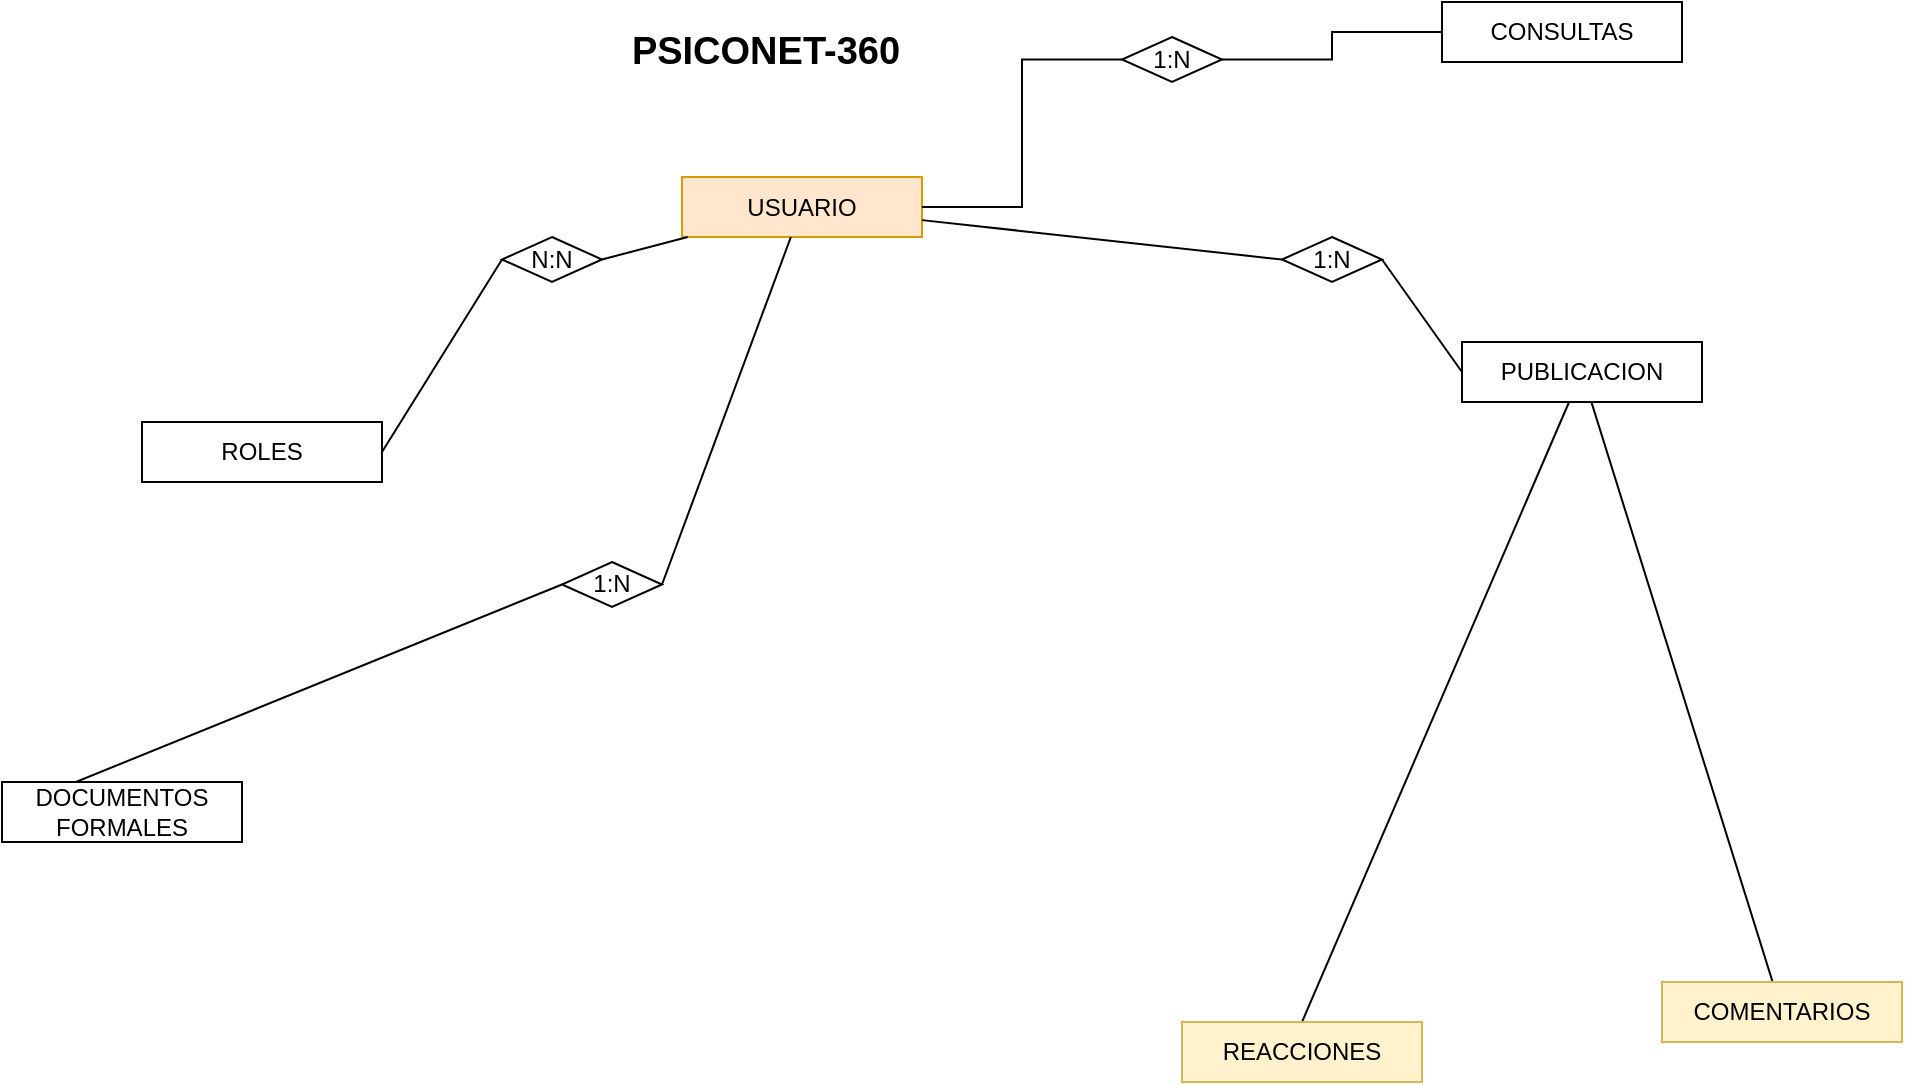
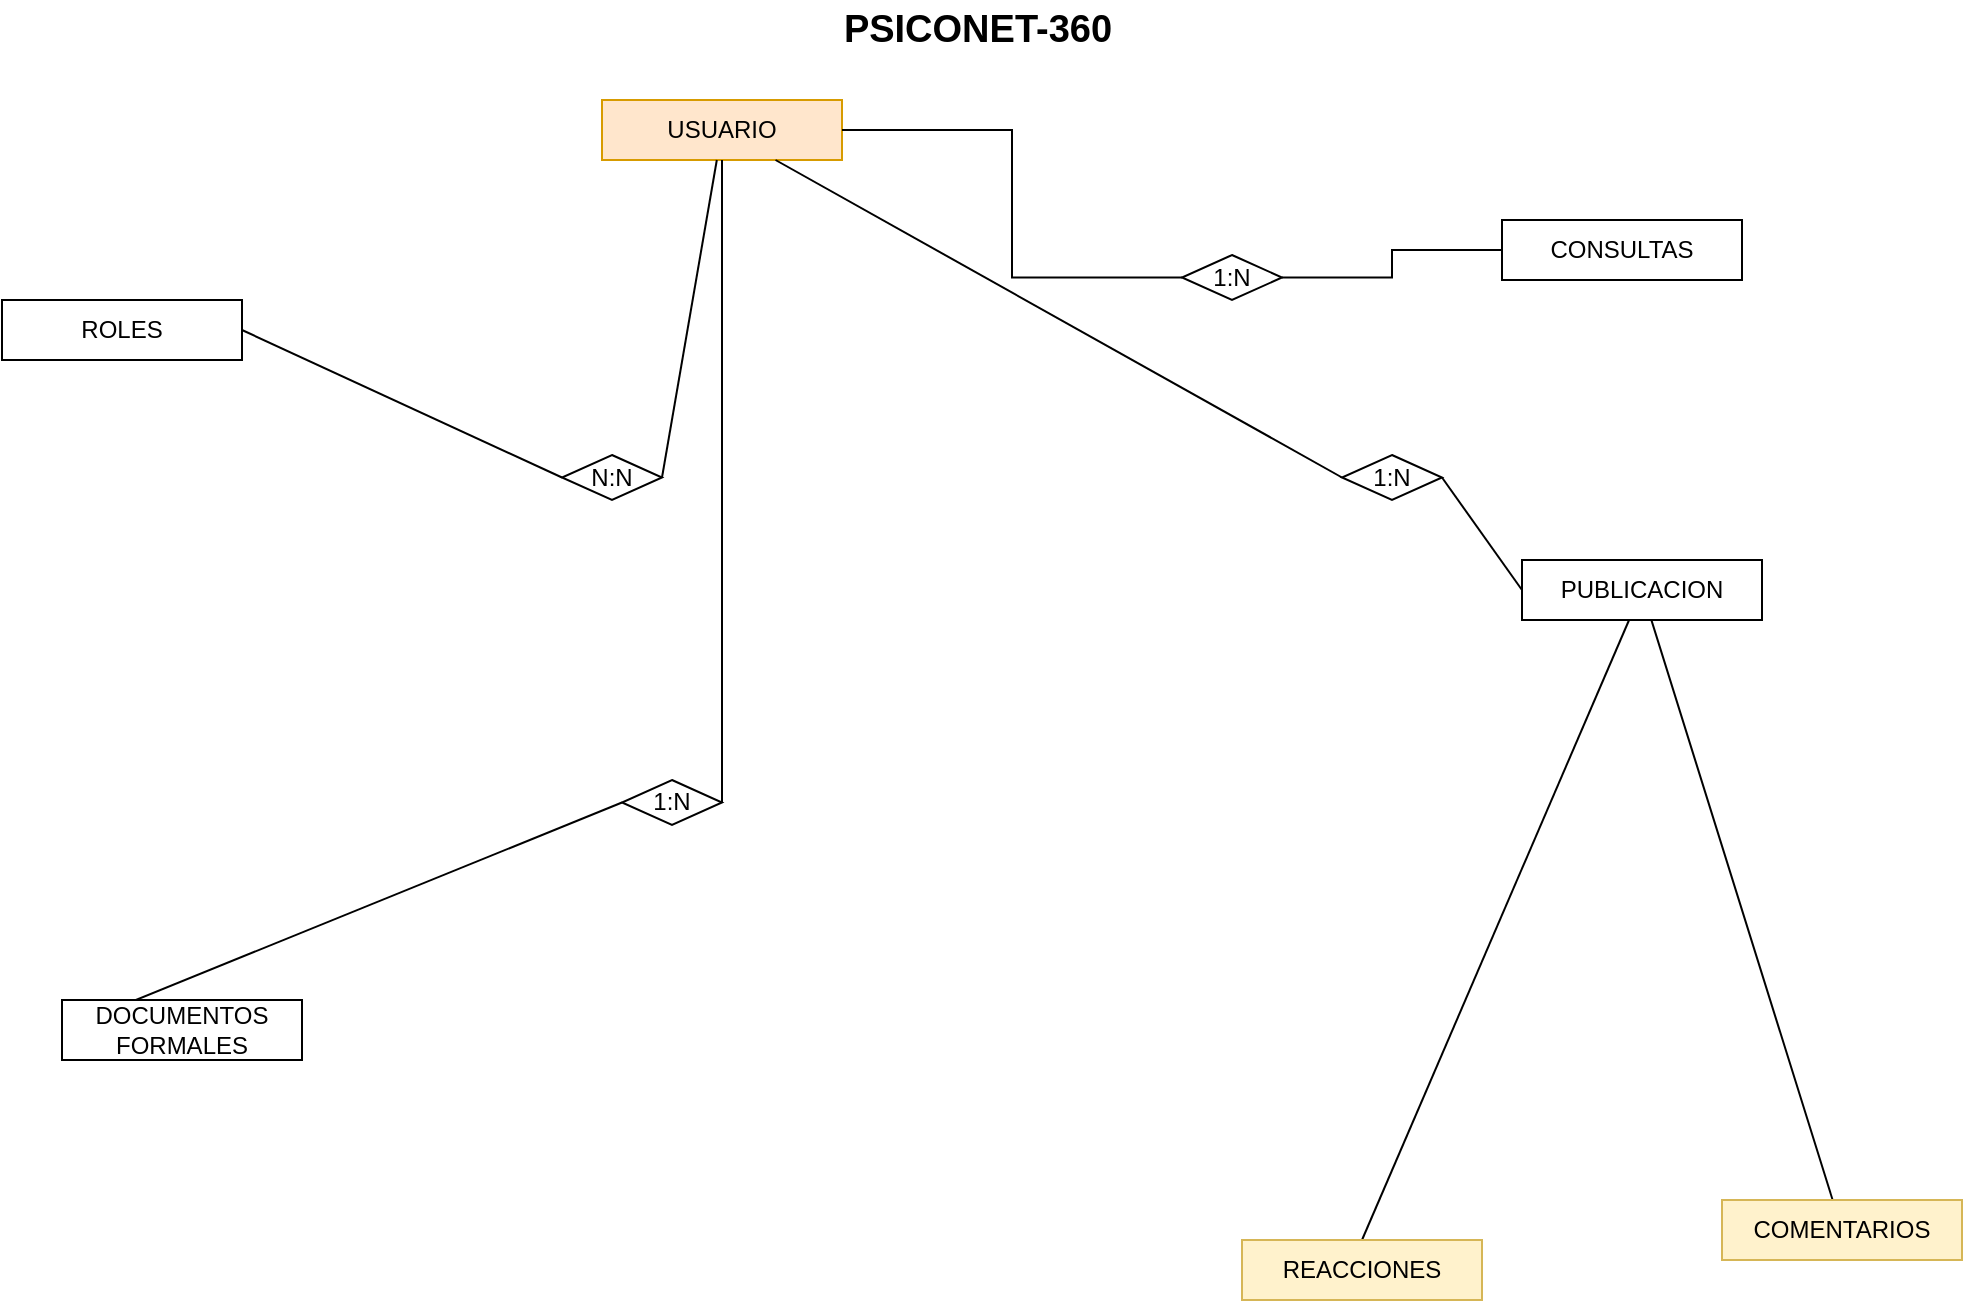
<mxfile host="app.diagrams.net" agent="Mozilla/5.0 (Windows NT 10.0; Win64; x64) AppleWebKit/537.36 (KHTML, like Gecko) Chrome/142.0.0.0 Safari/537.36">
  <diagram name="Página-1" id="g_2L8a4dUFEPVdWc10Bj">
    <mxGraphModel dx="2196" dy="1918" grid="1" gridSize="10" guides="1" tooltips="1" connect="1" arrows="1" fold="1" page="1" pageScale="1" pageWidth="827" pageHeight="1169" math="0" shadow="0">
      <root>
        <mxCell id="0" />
        <mxCell id="1" parent="0" />
        <mxCell id="0GrJNKZy4xKD9Ew2mGRM-7" edge="1" parent="1" source="0GrJNKZy4xKD9Ew2mGRM-10" style="rounded=0;orthogonalLoop=1;jettySize=auto;html=1;entryX=0;entryY=0.5;entryDx=0;entryDy=0;endArrow=none;endFill=0;exitX=0;exitY=0.5;exitDx=0;exitDy=0;" target="0GrJNKZy4xKD9Ew2mGRM-2">
          <mxGeometry relative="1" as="geometry" />
        </mxCell>
        <mxCell id="0GrJNKZy4xKD9Ew2mGRM-8" edge="1" parent="1" source="0GrJNKZy4xKD9Ew2mGRM-9" style="edgeStyle=none;shape=connector;rounded=0;orthogonalLoop=1;jettySize=auto;html=1;entryX=0;entryY=0.5;entryDx=0;entryDy=0;strokeColor=default;align=center;verticalAlign=middle;fontFamily=Helvetica;fontSize=11;fontColor=default;labelBackgroundColor=default;endArrow=none;endFill=0;exitX=1;exitY=0.5;exitDx=0;exitDy=0;" target="0GrJNKZy4xKD9Ew2mGRM-1">
          <mxGeometry relative="1" as="geometry" />
        </mxCell>
        <mxCell id="0GrJNKZy4xKD9Ew2mGRM-14" edge="1" parent="1" source="0GrJNKZy4xKD9Ew2mGRM-15" style="edgeStyle=none;shape=connector;rounded=0;orthogonalLoop=1;jettySize=auto;html=1;entryX=1;entryY=0.5;entryDx=0;entryDy=0;strokeColor=default;align=center;verticalAlign=middle;fontFamily=Helvetica;fontSize=11;fontColor=default;labelBackgroundColor=default;endArrow=none;endFill=0;exitX=0;exitY=0.5;exitDx=0;exitDy=0;" target="0GrJNKZy4xKD9Ew2mGRM-13">
          <mxGeometry relative="1" as="geometry" />
        </mxCell>
        <mxCell id="uRhun_1Gw-rtw0TiDXNh-11" parent="1" style="rounded=0;whiteSpace=wrap;html=1;fillColor=#ffe6cc;strokeColor=#d79b00;" value="USUARIO" vertex="1">
-           <mxGeometry height="30" width="120" x="160" y="7.5" as="geometry" />
+           <mxGeometry height="30" width="120" x="90" y="-140" as="geometry" />
        </mxCell>
        <mxCell id="uRhun_1Gw-rtw0TiDXNh-12" parent="1" style="rounded=0;whiteSpace=wrap;html=1;" value="CONSULTAS" vertex="1">
          <mxGeometry height="30" width="120" x="540" y="-80" as="geometry" />
        </mxCell>
        <mxCell id="uRhun_1Gw-rtw0TiDXNh-14" edge="1" parent="1" source="uRhun_1Gw-rtw0TiDXNh-13" style="edgeStyle=orthogonalEdgeStyle;rounded=0;orthogonalLoop=1;jettySize=auto;html=1;entryX=0;entryY=0.5;entryDx=0;entryDy=0;endArrow=none;endFill=0;" target="uRhun_1Gw-rtw0TiDXNh-12">
          <mxGeometry relative="1" as="geometry" />
        </mxCell>
        <mxCell id="uRhun_1Gw-rtw0TiDXNh-15" edge="1" parent="1" source="uRhun_1Gw-rtw0TiDXNh-13" style="edgeStyle=orthogonalEdgeStyle;rounded=0;orthogonalLoop=1;jettySize=auto;html=1;entryX=1;entryY=0.5;entryDx=0;entryDy=0;endArrow=none;endFill=0;" target="uRhun_1Gw-rtw0TiDXNh-11">
          <mxGeometry relative="1" as="geometry" />
        </mxCell>
        <mxCell id="uRhun_1Gw-rtw0TiDXNh-13" parent="1" style="shape=rhombus;perimeter=rhombusPerimeter;whiteSpace=wrap;html=1;align=center;" value="1:N" vertex="1">
          <mxGeometry height="22.5" width="50" x="380" y="-62.5" as="geometry" />
        </mxCell>
        <mxCell id="0GrJNKZy4xKD9Ew2mGRM-19" edge="1" parent="1" source="0GrJNKZy4xKD9Ew2mGRM-1" style="edgeStyle=none;shape=connector;rounded=0;orthogonalLoop=1;jettySize=auto;html=1;entryX=0.5;entryY=0;entryDx=0;entryDy=0;strokeColor=default;align=center;verticalAlign=middle;fontFamily=Helvetica;fontSize=11;fontColor=default;labelBackgroundColor=default;endArrow=none;endFill=0;" target="0GrJNKZy4xKD9Ew2mGRM-18">
          <mxGeometry relative="1" as="geometry" />
        </mxCell>
        <mxCell id="0GrJNKZy4xKD9Ew2mGRM-20" edge="1" parent="1" source="0GrJNKZy4xKD9Ew2mGRM-1" style="edgeStyle=none;shape=connector;rounded=0;orthogonalLoop=1;jettySize=auto;html=1;strokeColor=default;align=center;verticalAlign=middle;fontFamily=Helvetica;fontSize=11;fontColor=default;labelBackgroundColor=default;endArrow=none;endFill=0;" target="0GrJNKZy4xKD9Ew2mGRM-17">
          <mxGeometry relative="1" as="geometry" />
        </mxCell>
        <mxCell id="0GrJNKZy4xKD9Ew2mGRM-1" parent="1" style="rounded=0;whiteSpace=wrap;html=1;" value="PUBLICACION" vertex="1">
          <mxGeometry height="30" width="120" x="550" y="90" as="geometry" />
        </mxCell>
        <mxCell id="0GrJNKZy4xKD9Ew2mGRM-2" parent="1" style="rounded=0;whiteSpace=wrap;html=1;" value="DOCUMENTOS&lt;div&gt;FORMALES&lt;/div&gt;" vertex="1">
          <mxGeometry height="30" width="120" x="-180" y="310" as="geometry" />
        </mxCell>
        <mxCell id="0GrJNKZy4xKD9Ew2mGRM-11" edge="1" parent="1" source="uRhun_1Gw-rtw0TiDXNh-11" style="rounded=0;orthogonalLoop=1;jettySize=auto;html=1;entryX=1;entryY=0.5;entryDx=0;entryDy=0;endArrow=none;endFill=0;" target="0GrJNKZy4xKD9Ew2mGRM-10" value="">
          <mxGeometry relative="1" as="geometry">
            <mxPoint x="409" y="170" as="sourcePoint" />
            <mxPoint x="482" y="335" as="targetPoint" />
          </mxGeometry>
        </mxCell>
        <mxCell id="0GrJNKZy4xKD9Ew2mGRM-10" parent="1" style="shape=rhombus;perimeter=rhombusPerimeter;whiteSpace=wrap;html=1;align=center;" value="1:N" vertex="1">
          <mxGeometry height="22.5" width="50" x="100" y="200" as="geometry" />
        </mxCell>
        <mxCell id="0GrJNKZy4xKD9Ew2mGRM-12" edge="1" parent="1" source="uRhun_1Gw-rtw0TiDXNh-11" style="edgeStyle=none;shape=connector;rounded=0;orthogonalLoop=1;jettySize=auto;html=1;entryX=0;entryY=0.5;entryDx=0;entryDy=0;strokeColor=default;align=center;verticalAlign=middle;fontFamily=Helvetica;fontSize=11;fontColor=default;labelBackgroundColor=default;endArrow=none;endFill=0;" target="0GrJNKZy4xKD9Ew2mGRM-9" value="">
          <mxGeometry relative="1" as="geometry">
            <mxPoint x="425" y="170" as="sourcePoint" />
            <mxPoint x="556" y="255" as="targetPoint" />
          </mxGeometry>
        </mxCell>
        <mxCell id="0GrJNKZy4xKD9Ew2mGRM-9" parent="1" style="shape=rhombus;perimeter=rhombusPerimeter;whiteSpace=wrap;html=1;align=center;" value="1:N" vertex="1">
          <mxGeometry height="22.5" width="50" x="460" y="37.5" as="geometry" />
        </mxCell>
        <mxCell id="0GrJNKZy4xKD9Ew2mGRM-13" parent="1" style="rounded=0;whiteSpace=wrap;html=1;" value="ROLES" vertex="1">
-           <mxGeometry height="30" width="120" x="-110" y="130" as="geometry" />
+           <mxGeometry height="30" width="120" x="-210" y="-40" as="geometry" />
        </mxCell>
        <mxCell id="0GrJNKZy4xKD9Ew2mGRM-16" edge="1" parent="1" source="uRhun_1Gw-rtw0TiDXNh-11" style="edgeStyle=none;shape=connector;rounded=0;orthogonalLoop=1;jettySize=auto;html=1;entryX=1;entryY=0.5;entryDx=0;entryDy=0;strokeColor=default;align=center;verticalAlign=middle;fontFamily=Helvetica;fontSize=11;fontColor=default;labelBackgroundColor=default;endArrow=none;endFill=0;" target="0GrJNKZy4xKD9Ew2mGRM-15" value="">
          <mxGeometry relative="1" as="geometry">
            <mxPoint x="335" y="136" as="sourcePoint" />
            <mxPoint x="232" y="155" as="targetPoint" />
          </mxGeometry>
        </mxCell>
        <mxCell id="0GrJNKZy4xKD9Ew2mGRM-15" parent="1" style="shape=rhombus;perimeter=rhombusPerimeter;whiteSpace=wrap;html=1;align=center;" value="N:N" vertex="1">
          <mxGeometry height="22.5" width="50" x="70" y="37.5" as="geometry" />
        </mxCell>
        <mxCell id="0GrJNKZy4xKD9Ew2mGRM-17" parent="1" style="rounded=0;whiteSpace=wrap;html=1;fillColor=#fff2cc;strokeColor=#d6b656;" value="COMENTARIOS" vertex="1">
          <mxGeometry height="30" width="120" x="650" y="410" as="geometry" />
        </mxCell>
        <mxCell id="0GrJNKZy4xKD9Ew2mGRM-18" parent="1" style="rounded=0;whiteSpace=wrap;html=1;fillColor=#fff2cc;strokeColor=#d6b656;" value="REACCIONES" vertex="1">
          <mxGeometry height="30" width="120" x="410" y="430" as="geometry" />
        </mxCell>
        <mxCell id="0GrJNKZy4xKD9Ew2mGRM-22" parent="1" style="text;html=1;align=center;verticalAlign=middle;whiteSpace=wrap;rounded=0;fontFamily=Helvetica;fontSize=11;fontColor=default;labelBackgroundColor=default;" value="&lt;b&gt;&lt;font style=&quot;font-size: 19px;&quot;&gt;PSICONET-360&lt;/font&gt;&lt;/b&gt;" vertex="1">
-           <mxGeometry height="30" width="156" x="124" y="-70" as="geometry" />
+           <mxGeometry height="30" width="156" x="200" y="-190" as="geometry" />
        </mxCell>
      </root>
    </mxGraphModel>
  </diagram>
</mxfile>
